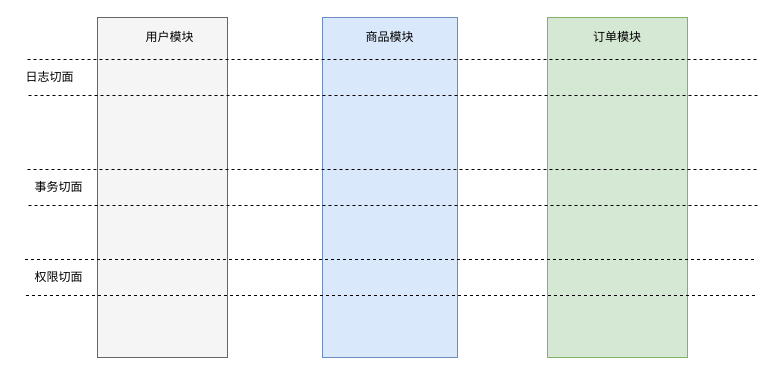
chuzhonglingyan/draw-io keeps this draw.io diagram as Aop.drawio. Above is the earlier version. Source tidied: cells renumbered, new cells numbered last; positions are measured from the earlier drawing's top-left corner, leaving out a move shared by most shapes. Both pictures are drawn from the tidied source at 100%, with x=0, y=0 at pixel (17, 17).
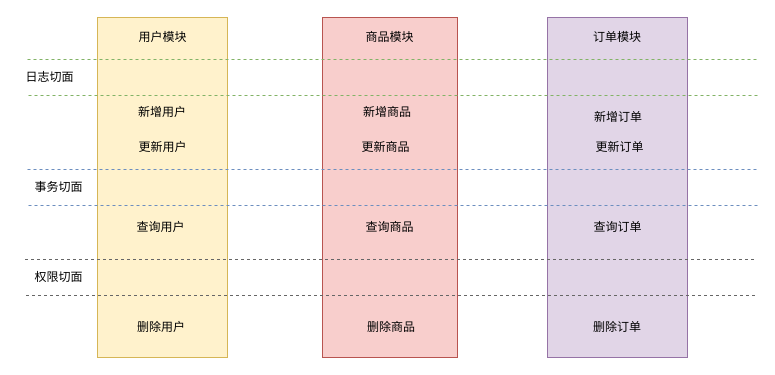
The same page after the edit.

What changed in the source:
```diff
@@
-    <mxCell id="2" style="rounded=0;whiteSpace=wrap;html=1;fillColor=#f5f5f5;strokeColor=#666666;fontColor=#333333;" parent="1" vertex="1">
+    <mxCell id="2" style="rounded=0;whiteSpace=wrap;html=1;fillColor=#fff2cc;strokeColor=#d6b656;" parent="1" vertex="1">
       <mxGeometry x="80" width="130" height="340" as="geometry" />
     </mxCell>
-    <mxCell id="3" style="rounded=0;whiteSpace=wrap;html=1;fillColor=#dae8fc;strokeColor=#6c8ebf;" parent="1" vertex="1">
+    <mxCell id="3" style="rounded=0;whiteSpace=wrap;html=1;fillColor=#f8cecc;strokeColor=#b85450;" parent="1" vertex="1">
       <mxGeometry x="305" width="135" height="340" as="geometry" />
     </mxCell>
-    <mxCell id="4" style="rounded=0;whiteSpace=wrap;html=1;fillColor=#d5e8d4;strokeColor=#82b366;" parent="1" vertex="1">
+    <mxCell id="4" style="rounded=0;whiteSpace=wrap;html=1;fillColor=#e1d5e7;strokeColor=#9673a6;" parent="1" vertex="1">
       <mxGeometry x="530" width="140" height="340" as="geometry" />
     </mxCell>
-    <mxCell id="5" style="shape=link;html=1;width=36;dashed=1;" parent="1" edge="1">
+    <mxCell id="5" style="shape=link;html=1;width=36;dashed=1;fillColor=#d5e8d4;strokeColor=#82b366;" parent="1" edge="1">
       <mxGeometry relative="1" as="geometry">
         <mxPoint x="10" y="60" as="sourcePoint" />
         <mxPoint x="740" y="60" as="targetPoint" />
       </mxGeometry>
     </mxCell>
-    <mxCell id="6" style="shape=link;html=1;width=36;dashed=1;" parent="1" edge="1">
+    <mxCell id="6" style="shape=link;html=1;width=36;dashed=1;fillColor=#dae8fc;strokeColor=#6c8ebf;" parent="1" edge="1">
       <mxGeometry relative="1" as="geometry">
         <mxPoint x="10" y="170" as="sourcePoint" />
         <mxPoint x="740" y="170" as="targetPoint" />
       </mxGeometry>
     </mxCell>
-    <mxCell id="7" style="shape=link;html=1;width=36;dashed=1;" parent="1" edge="1">
+    <mxCell id="7" style="shape=link;html=1;width=36;dashed=1;fillColor=#f5f5f5;strokeColor=#666666;" parent="1" edge="1">
       <mxGeometry relative="1" as="geometry">
         <mxPoint x="7.5" y="260" as="sourcePoint" />
         <mxPoint x="737.5" y="260" as="targetPoint" />
       </mxGeometry>
     </mxCell>
@@
     <mxCell id="11" value="用户模块" style="text;html=1;strokeColor=none;fillColor=none;align=center;verticalAlign=middle;whiteSpace=wrap;rounded=0;dashed=1;" parent="1" vertex="1">
-      <mxGeometry x="125" y="10" width="55" height="20" as="geometry" />
+      <mxGeometry x="117.5" y="10" width="55" height="20" as="geometry" />
     </mxCell>
@@
+    <mxCell id="14" value="新增用户" style="text;html=1;strokeColor=none;fillColor=none;align=center;verticalAlign=middle;whiteSpace=wrap;rounded=0;dashed=1;" parent="1" vertex="1">
+      <mxGeometry x="114" y="85" width="62" height="20" as="geometry" />
+    </mxCell>
+    <mxCell id="15" value="更新用户" style="text;html=1;strokeColor=none;fillColor=none;align=center;verticalAlign=middle;whiteSpace=wrap;rounded=0;dashed=1;" parent="1" vertex="1">
+      <mxGeometry x="112.5" y="120" width="65" height="20" as="geometry" />
+    </mxCell>
+    <mxCell id="16" value="查询用户" style="text;html=1;strokeColor=none;fillColor=none;align=center;verticalAlign=middle;whiteSpace=wrap;rounded=0;dashed=1;" parent="1" vertex="1">
+      <mxGeometry x="117" y="200" width="53" height="20" as="geometry" />
+    </mxCell>
+    <mxCell id="17" value="删除用户" style="text;html=1;strokeColor=none;fillColor=none;align=center;verticalAlign=middle;whiteSpace=wrap;rounded=0;dashed=1;" parent="1" vertex="1">
+      <mxGeometry x="102.5" y="300" width="82" height="20" as="geometry" />
+    </mxCell>
+    <mxCell id="18" value="新增商品" style="text;html=1;strokeColor=none;fillColor=none;align=center;verticalAlign=middle;whiteSpace=wrap;rounded=0;dashed=1;" parent="1" vertex="1">
+      <mxGeometry x="339" y="85" width="62" height="20" as="geometry" />
+    </mxCell>
+    <mxCell id="19" value="更新商品" style="text;html=1;strokeColor=none;fillColor=none;align=center;verticalAlign=middle;whiteSpace=wrap;rounded=0;dashed=1;" parent="1" vertex="1">
+      <mxGeometry x="336" y="120" width="65" height="20" as="geometry" />
+    </mxCell>
+    <mxCell id="20" value="查询商品" style="text;html=1;strokeColor=none;fillColor=none;align=center;verticalAlign=middle;whiteSpace=wrap;rounded=0;dashed=1;" parent="1" vertex="1">
+      <mxGeometry x="346" y="200" width="53" height="20" as="geometry" />
+    </mxCell>
+    <mxCell id="21" value="删除商品" style="text;html=1;strokeColor=none;fillColor=none;align=center;verticalAlign=middle;whiteSpace=wrap;rounded=0;dashed=1;" parent="1" vertex="1">
+      <mxGeometry x="333" y="300" width="82" height="20" as="geometry" />
+    </mxCell>
+    <mxCell id="22" value="新增订单" style="text;html=1;strokeColor=none;fillColor=none;align=center;verticalAlign=middle;whiteSpace=wrap;rounded=0;dashed=1;" parent="1" vertex="1">
+      <mxGeometry x="570" y="90" width="62" height="20" as="geometry" />
+    </mxCell>
+    <mxCell id="23" value="更新订单" style="text;html=1;strokeColor=none;fillColor=none;align=center;verticalAlign=middle;whiteSpace=wrap;rounded=0;dashed=1;" parent="1" vertex="1">
+      <mxGeometry x="570" y="120" width="65" height="20" as="geometry" />
+    </mxCell>
+    <mxCell id="24" value="查询订单" style="text;html=1;strokeColor=none;fillColor=none;align=center;verticalAlign=middle;whiteSpace=wrap;rounded=0;dashed=1;" parent="1" vertex="1">
+      <mxGeometry x="573.5" y="200" width="53" height="20" as="geometry" />
+    </mxCell>
+    <mxCell id="25" value="删除订单" style="text;html=1;strokeColor=none;fillColor=none;align=center;verticalAlign=middle;whiteSpace=wrap;rounded=0;dashed=1;" parent="1" vertex="1">
+      <mxGeometry x="559" y="300" width="82" height="20" as="geometry" />
+    </mxCell>
```
